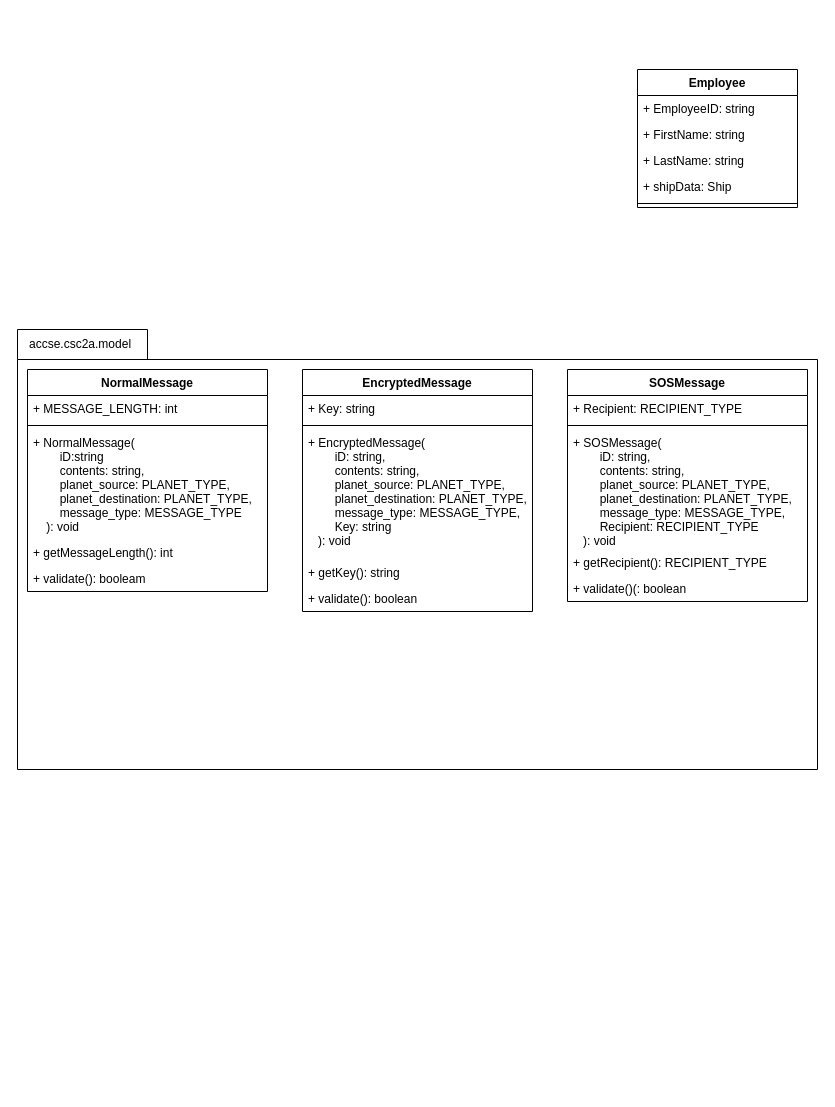
Earlier version of the draw.io diagram docs/UML.drawio (ThaBeanBoy/UJ_CSC2A_P04). Source tidied: cells renumbered, new cells numbered last; positions are measured from the earlier drawing's top-left corner, leaving out a move shared by most shapes. Both pictures are drawn from the tidied source at 100%, with x=0, y=0 at pixel (17, 69).
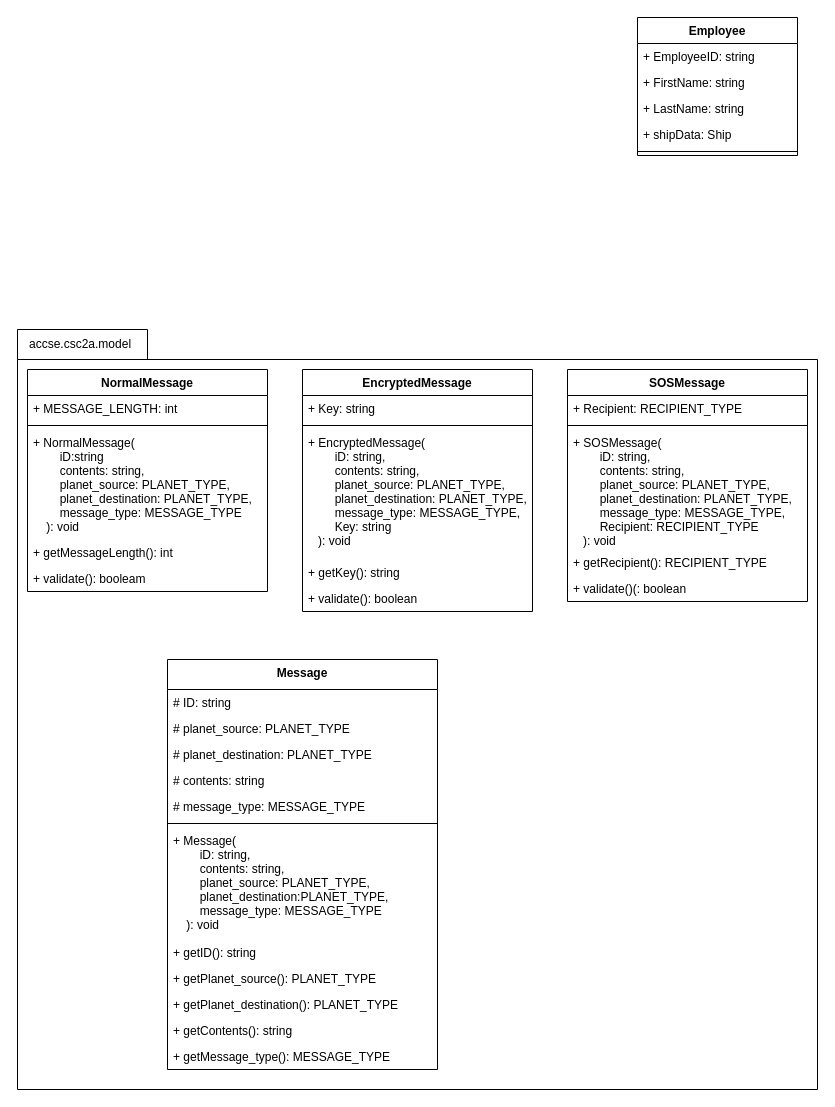
The same page after the edit.

Commit message:
Finished Message UML

Change to the diagram source:
```diff
@@
     <mxCell id="2" style="shape=folder;fontStyle=1;spacingTop=10;tabWidth=130;tabHeight=30;tabPosition=left;html=1;" parent="1" vertex="1">
-      <mxGeometry y="260" width="800" height="440" as="geometry" />
+      <mxGeometry y="260" width="800" height="760" as="geometry" />
     </mxCell>
@@
     <mxCell id="21" value="Employee" style="swimlane;fontStyle=1;align=center;verticalAlign=top;horizontal=1;startSize=26;" parent="1" vertex="1">
-      <mxGeometry x="620" width="160" height="138" as="geometry" />
+      <mxGeometry x="620" y="-52" width="160" height="138" as="geometry" />
     </mxCell>
@@
+    <mxCell id="28" value="Message" style="swimlane;fontStyle=1;align=center;verticalAlign=top;horizontal=1;startSize=30;" parent="1" vertex="1">
+      <mxGeometry x="150" y="590" width="270" height="410" as="geometry" />
+    </mxCell>
+    <mxCell id="29" value="# ID: string" style="text;strokeColor=none;fillColor=none;align=left;verticalAlign=top;spacingLeft=4;spacingRight=4;overflow=hidden;" parent="28" vertex="1">
+      <mxGeometry y="30" width="270" height="26" as="geometry" />
+    </mxCell>
+    <mxCell id="30" value="# planet_source: PLANET_TYPE" style="text;strokeColor=none;fillColor=none;align=left;verticalAlign=top;spacingLeft=4;spacingRight=4;overflow=hidden;" parent="28" vertex="1">
+      <mxGeometry y="56" width="270" height="26" as="geometry" />
+    </mxCell>
+    <mxCell id="31" value="# planet_destination: PLANET_TYPE" style="text;strokeColor=none;fillColor=none;align=left;verticalAlign=top;spacingLeft=4;spacingRight=4;overflow=hidden;" parent="28" vertex="1">
+      <mxGeometry y="82" width="270" height="26" as="geometry" />
+    </mxCell>
+    <mxCell id="32" value="# contents: string" style="text;strokeColor=none;fillColor=none;align=left;verticalAlign=top;spacingLeft=4;spacingRight=4;overflow=hidden;" parent="28" vertex="1">
+      <mxGeometry y="108" width="270" height="26" as="geometry" />
+    </mxCell>
+    <mxCell id="33" value="# message_type: MESSAGE_TYPE" style="text;strokeColor=none;fillColor=none;align=left;verticalAlign=top;spacingLeft=4;spacingRight=4;overflow=hidden;" parent="28" vertex="1">
+      <mxGeometry y="134" width="270" height="26" as="geometry" />
+    </mxCell>
+    <mxCell id="34" style="line;strokeWidth=1;fillColor=none;align=left;verticalAlign=middle;spacingTop=-1;spacingLeft=3;spacingRight=3;labelPosition=right;strokeColor=inherit;" parent="28" vertex="1">
+      <mxGeometry y="160" width="270" height="8" as="geometry" />
+    </mxCell>
+    <mxCell id="35" value="+ Message(&#10;        iD: string,&#10;        contents: string, &#10;        planet_source: PLANET_TYPE, &#10;        planet_destination:PLANET_TYPE, &#10;        message_type: MESSAGE_TYPE&#10;    ): void" style="text;strokeColor=none;fillColor=none;align=left;verticalAlign=top;spacingLeft=4;spacingRight=4;overflow=hidden;" parent="28" vertex="1">
+      <mxGeometry y="168" width="270" height="112" as="geometry" />
+    </mxCell>
+    <mxCell id="36" value="+ getID(): string" style="text;strokeColor=none;fillColor=none;align=left;verticalAlign=top;spacingLeft=4;spacingRight=4;overflow=hidden;" parent="28" vertex="1">
+      <mxGeometry y="280" width="270" height="26" as="geometry" />
+    </mxCell>
+    <mxCell id="37" value="+ getPlanet_source(): PLANET_TYPE" style="text;strokeColor=none;fillColor=none;align=left;verticalAlign=top;spacingLeft=4;spacingRight=4;overflow=hidden;" parent="28" vertex="1">
+      <mxGeometry y="306" width="270" height="26" as="geometry" />
+    </mxCell>
+    <mxCell id="38" value="+ getPlanet_destination(): PLANET_TYPE" style="text;strokeColor=none;fillColor=none;align=left;verticalAlign=top;spacingLeft=4;spacingRight=4;overflow=hidden;" parent="28" vertex="1">
+      <mxGeometry y="332" width="270" height="26" as="geometry" />
+    </mxCell>
+    <mxCell id="39" value="+ getContents(): string" style="text;strokeColor=none;fillColor=none;align=left;verticalAlign=top;spacingLeft=4;spacingRight=4;overflow=hidden;" parent="28" vertex="1">
+      <mxGeometry y="358" width="270" height="26" as="geometry" />
+    </mxCell>
+    <mxCell id="40" value="+ getMessage_type(): MESSAGE_TYPE" style="text;strokeColor=none;fillColor=none;align=left;verticalAlign=top;spacingLeft=4;spacingRight=4;overflow=hidden;" parent="28" vertex="1">
+      <mxGeometry y="384" width="270" height="26" as="geometry" />
+    </mxCell>
```
